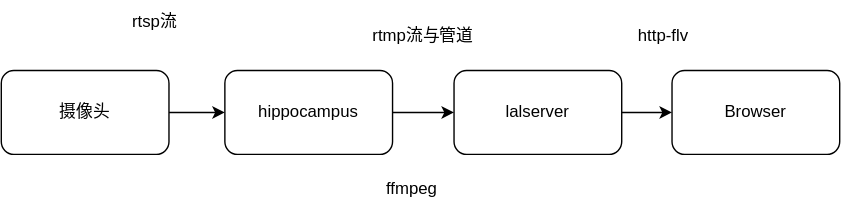
This is docs/images/pipeline.svg from open-v2x/hippocampus, a draw.io export, as it was before one commit. Source tidied: cells renumbered, new cells last; positions are measured from the earlier drawing's top-left corner, leaving out a move shared by most shapes.
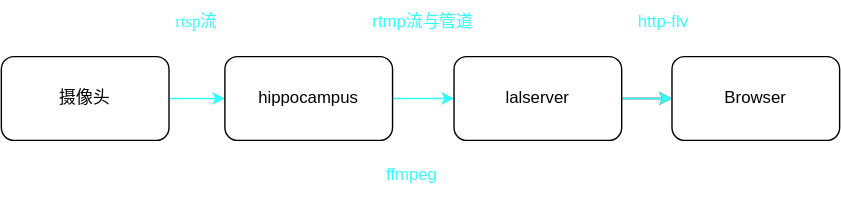
The same file after the commit.

Commit message:
fix: modify pipeline and engineer iamges

What changed in the source:
```diff
@@ -2,13 +2,13 @@
   <root>
     <mxCell id="0" />
     <mxCell id="1" parent="0" />
-    <mxCell id="2" style="edgeStyle=none;html=1;" parent="1" edge="1" source="3" target="5">
+    <mxCell id="2" style="edgeStyle=none;html=1;strokeColor=#33FFFF;" parent="1" edge="1" source="3" target="5">
       <mxGeometry relative="1" as="geometry" />
     </mxCell>
     <mxCell id="3" value="摄像头" style="rounded=1;whiteSpace=wrap;html=1;" parent="1" vertex="1">
       <mxGeometry y="50" width="120" height="60" as="geometry" />
     </mxCell>
-    <mxCell id="4" style="edgeStyle=none;html=1;" parent="1" edge="1" source="5" target="7">
+    <mxCell id="4" style="edgeStyle=none;html=1;strokeColor=#33FFFF;" parent="1" edge="1" source="5" target="7">
       <mxGeometry relative="1" as="geometry" />
     </mxCell>
     <mxCell id="5" value="hippocampus" style="rounded=1;whiteSpace=wrap;html=1;" parent="1" vertex="1">
@@ -17,22 +17,25 @@
     <mxCell id="6" style="edgeStyle=none;html=1;" parent="1" edge="1" source="7" target="8">
       <mxGeometry relative="1" as="geometry" />
     </mxCell>
+    <mxCell id="13" style="edgeStyle=none;html=1;strokeColor=#33FFFF;" parent="1" edge="1" source="7" target="8">
+      <mxGeometry relative="1" as="geometry" />
+    </mxCell>
     <mxCell id="7" value="lalserver" style="rounded=1;whiteSpace=wrap;html=1;" parent="1" vertex="1">
       <mxGeometry x="324" y="50" width="120" height="60" as="geometry" />
     </mxCell>
     <mxCell id="8" value="Browser" style="rounded=1;whiteSpace=wrap;html=1;" parent="1" vertex="1">
       <mxGeometry x="480" y="50" width="120" height="60" as="geometry" />
     </mxCell>
-    <mxCell id="9" value="rtsp流" style="text;html=1;strokeColor=none;fillColor=none;align=center;verticalAlign=middle;whiteSpace=wrap;rounded=0;" parent="1" vertex="1">
-      <mxGeometry x="80" width="60" height="30" as="geometry" />
+    <mxCell id="9" value="&lt;font face=&quot;Tahoma&quot; color=&quot;#33ffff&quot;&gt;rtsp流&lt;/font&gt;" style="text;html=1;strokeColor=none;fillColor=none;align=center;verticalAlign=middle;whiteSpace=wrap;rounded=0;" parent="1" vertex="1">
+      <mxGeometry x="110" y="10" width="60" height="30" as="geometry" />
     </mxCell>
-    <mxCell id="10" value="rtmp流与管道" style="text;html=1;strokeColor=none;fillColor=none;align=center;verticalAlign=middle;whiteSpace=wrap;rounded=0;" parent="1" vertex="1">
+    <mxCell id="10" value="&lt;font color=&quot;#33ffff&quot;&gt;rtmp流与管道&lt;/font&gt;" style="text;html=1;strokeColor=none;fillColor=none;align=center;verticalAlign=middle;whiteSpace=wrap;rounded=0;" parent="1" vertex="1">
       <mxGeometry x="264" y="10" width="76" height="30" as="geometry" />
     </mxCell>
-    <mxCell id="11" value="ffmpeg" style="text;html=1;strokeColor=none;fillColor=none;align=center;verticalAlign=middle;whiteSpace=wrap;rounded=0;" parent="1" vertex="1">
+    <mxCell id="11" value="&lt;font color=&quot;#33ffff&quot;&gt;ffmpeg&lt;/font&gt;" style="text;html=1;strokeColor=none;fillColor=none;align=center;verticalAlign=middle;whiteSpace=wrap;rounded=0;" parent="1" vertex="1">
       <mxGeometry x="264" y="120" width="60" height="30" as="geometry" />
     </mxCell>
-    <mxCell id="12" value="http-flv" style="text;html=1;strokeColor=none;fillColor=none;align=center;verticalAlign=middle;whiteSpace=wrap;rounded=0;" parent="1" vertex="1">
+    <mxCell id="12" value="&lt;font color=&quot;#33ffff&quot;&gt;http-flv&lt;/font&gt;" style="text;html=1;strokeColor=none;fillColor=none;align=center;verticalAlign=middle;whiteSpace=wrap;rounded=0;" parent="1" vertex="1">
       <mxGeometry x="444" y="10" width="60" height="30" as="geometry" />
     </mxCell>
   </root>
```
